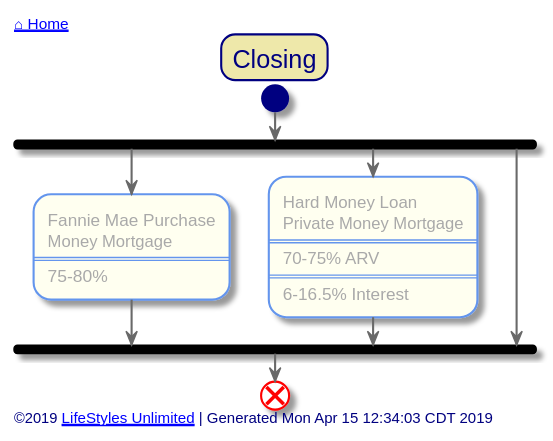
Earlier version of the PlantUML export out/src/single-family/closing.svg (toddmo/lifestylesunlimited).
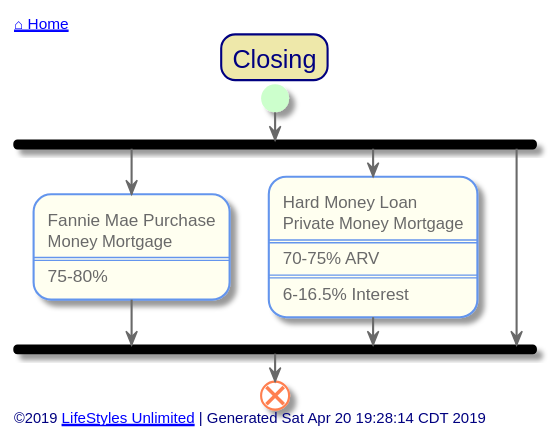
The same diagram one commit later.

The edit, as a diff of the source:
```diff
@@ -16,7 +16,8 @@
 skinparam activity {
   BackgroundColor Ivory
   BorderColor CornflowerBlue
-  FontColor DarkGray
+  FontColor DimGray
+
 
   Arrow {
     Color dimgray
@@ -24,11 +25,11 @@
   }
 
   Start {
-    Color Navy
+    Color PHYSICAL
   }
 
   End {
-    Color Red
+    Color Coral
   }
 
   Diamond {
@@ -46,13 +47,21 @@
 }
 
 skinparam Partition {
-  BackgroundColor DarkSeaGreen
+  BackgroundColor Ivory
   BorderColor CornflowerBlue
   BorderThickness 1
+  FontColor CornflowerBlue
+  FontSize 16
+  BorderRoundCorner 20
+}
+
+skinparam Note {
+  BackgroundColor LightSteelBlue
+  BorderColor CornflowerBlue
   FontColor White
-  FontSize 16
 }
-skinparam Note {
+
+skinparam Legend {
   BackgroundColor LightSteelBlue
   BorderColor CornflowerBlue
   FontColor White
@@ -91,8 +100,9 @@
 
 	end
 
+
 left footer
-	©2019 [[http://www.lifestylesunlimited.com LifeStyles Unlimited]] | Generated Mon Apr 15 12:34:03 CDT 2019
+	©2019 [[http://www.lifestylesunlimited.com LifeStyles Unlimited]] | Generated Sat Apr 20 19:28:14 CDT 2019
 endfooter
 
 
```
